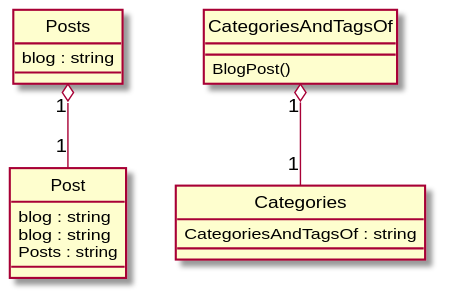
Before: Diagrams/2017-USC-Project07.svg, a diagram exported from PlantUML (xixixhalu/DomainModelExtractor).
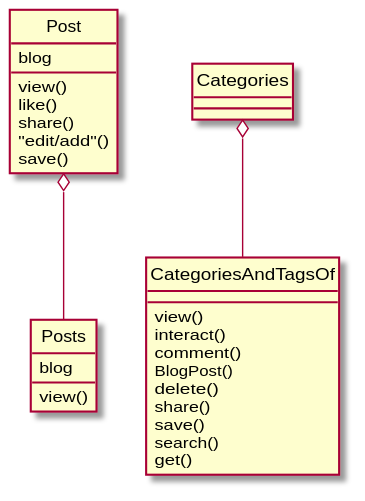
The same file after the commit.

What changed in the source:
```diff
@@ -1,19 +1,30 @@
 @startuml
 hide circle
 class Post {
-	blog : string
-	blog : string
-	Posts : string
+	blog
+	view()
+	like()
+	share()
+	"edit/add"()
+	save()
 }
 class Posts {
-	blog : string
+	blog
+	view()
 }
 class Categories {
-	CategoriesAndTagsOf : string
 }
 class CategoriesAndTagsOf {
+	view()
+	interact()
+	comment()
 	BlogPost()
+	delete()
+	share()
+	save()
+	search()
+	get()
 }
-CategoriesAndTagsOf "1" o-- "1" Categories
-Posts "1" o-- "1" Post
+Post o-- Posts
+Categories o-- CategoriesAndTagsOf
 @enduml
```
